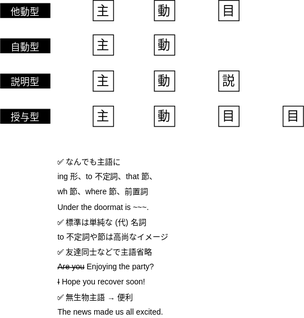
The draw.io diagram grammer/overview.drawio.svg in namtoki/English, before a commit. Source tidied: cells renumbered, new cells last; positions are measured from the earlier drawing's top-left corner, leaving out a move shared by most shapes. Its diagram source:
```xml
<mxGraphModel>
  <root>
    <mxCell id="0" />
    <mxCell id="1" parent="0" />
    <mxCell id="2" value="主" style="whiteSpace=wrap;html=1;fontSize=16;" parent="1" vertex="1">
      <mxGeometry x="118" width="26" height="26" as="geometry" />
    </mxCell>
    <mxCell id="3" value="動" style="whiteSpace=wrap;html=1;fontSize=16;" parent="1" vertex="1">
      <mxGeometry x="196" width="26" height="26" as="geometry" />
    </mxCell>
    <mxCell id="4" value="説" style="whiteSpace=wrap;html=1;fontSize=16;" parent="1" vertex="1">
      <mxGeometry x="278" y="90" width="26" height="26" as="geometry" />
    </mxCell>
    <mxCell id="5" value="目" style="whiteSpace=wrap;html=1;fontSize=16;" parent="1" vertex="1">
      <mxGeometry x="278" width="26" height="26" as="geometry" />
    </mxCell>
    <mxCell id="6" value="目" style="whiteSpace=wrap;html=1;fontSize=16;" parent="1" vertex="1">
      <mxGeometry x="360" y="135" width="26" height="26" as="geometry" />
    </mxCell>
    <mxCell id="7" value="&lt;font style=&quot;font-size: 12px;&quot;&gt;他動型&lt;/font&gt;" style="rounded=0;whiteSpace=wrap;html=1;fontSize=16;verticalAlign=middle;fillColor=#000000;fontColor=#FFFFFF;" parent="1" vertex="1">
      <mxGeometry y="4" width="63" height="18" as="geometry" />
    </mxCell>
    <mxCell id="8" value="&lt;font style=&quot;font-size: 12px;&quot;&gt;自動型&lt;/font&gt;" style="rounded=0;whiteSpace=wrap;html=1;fontSize=16;verticalAlign=middle;fillColor=#000000;fontColor=#FFFFFF;" parent="1" vertex="1">
      <mxGeometry y="49" width="63" height="18" as="geometry" />
    </mxCell>
    <mxCell id="9" value="&lt;font style=&quot;font-size: 12px;&quot;&gt;説明型&lt;/font&gt;" style="rounded=0;whiteSpace=wrap;html=1;fontSize=16;verticalAlign=middle;fillColor=#000000;fontColor=#FFFFFF;" parent="1" vertex="1">
      <mxGeometry y="94" width="63" height="18" as="geometry" />
    </mxCell>
    <mxCell id="10" value="&lt;font style=&quot;font-size: 12px;&quot;&gt;授与型&lt;/font&gt;" style="rounded=0;whiteSpace=wrap;html=1;fontSize=16;verticalAlign=middle;fillColor=#000000;fontColor=#FFFFFF;" parent="1" vertex="1">
      <mxGeometry y="139" width="63" height="18" as="geometry" />
    </mxCell>
    <mxCell id="11" value="主" style="whiteSpace=wrap;html=1;fontSize=16;" parent="1" vertex="1">
      <mxGeometry x="118" y="44" width="26" height="26" as="geometry" />
    </mxCell>
    <mxCell id="12" value="動" style="whiteSpace=wrap;html=1;fontSize=16;" parent="1" vertex="1">
      <mxGeometry x="196" y="44" width="26" height="26" as="geometry" />
    </mxCell>
    <mxCell id="13" value="主" style="whiteSpace=wrap;html=1;fontSize=16;" parent="1" vertex="1">
      <mxGeometry x="118" y="90" width="26" height="26" as="geometry" />
    </mxCell>
    <mxCell id="14" value="動" style="whiteSpace=wrap;html=1;fontSize=16;" parent="1" vertex="1">
      <mxGeometry x="196" y="90" width="26" height="26" as="geometry" />
    </mxCell>
    <mxCell id="15" value="主" style="whiteSpace=wrap;html=1;fontSize=16;" parent="1" vertex="1">
      <mxGeometry x="118" y="135" width="26" height="26" as="geometry" />
    </mxCell>
    <mxCell id="16" value="動" style="whiteSpace=wrap;html=1;fontSize=16;" parent="1" vertex="1">
      <mxGeometry x="196" y="135" width="26" height="26" as="geometry" />
    </mxCell>
    <mxCell id="17" value="目" style="whiteSpace=wrap;html=1;fontSize=16;" parent="1" vertex="1">
      <mxGeometry x="278" y="135" width="26" height="26" as="geometry" />
    </mxCell>
    <mxCell id="18" value="&lt;font style=&quot;font-size: 10px;&quot;&gt;✅ なんでも主語に&lt;br&gt;ing 形、to 不定詞、that 節、&lt;br&gt;wh 節、where 節、前置詞&lt;br&gt;Under the doormat is ~~~.&lt;br&gt;✅ 標準は単純な (代) 名詞&lt;br&gt;to 不定詞や節は高尚なイメージ&lt;br&gt;✅ 友達同士などで主語省略&lt;br&gt;&lt;strike&gt;Are you&lt;/strike&gt; Enjoying the party?&lt;br&gt;&lt;strike&gt;I&lt;/strike&gt; Hope you recover soon!&lt;br&gt;✅ 無生物主語 → 便利&lt;br&gt;The news made us all excited.&lt;br&gt;&lt;/font&gt;" style="text;html=1;strokeColor=none;fillColor=none;align=left;verticalAlign=middle;whiteSpace=wrap;rounded=0;fontSize=16;" parent="1" vertex="1">
      <mxGeometry x="71" y="194" width="157" height="211" as="geometry" />
    </mxCell>
  </root>
</mxGraphModel>
```
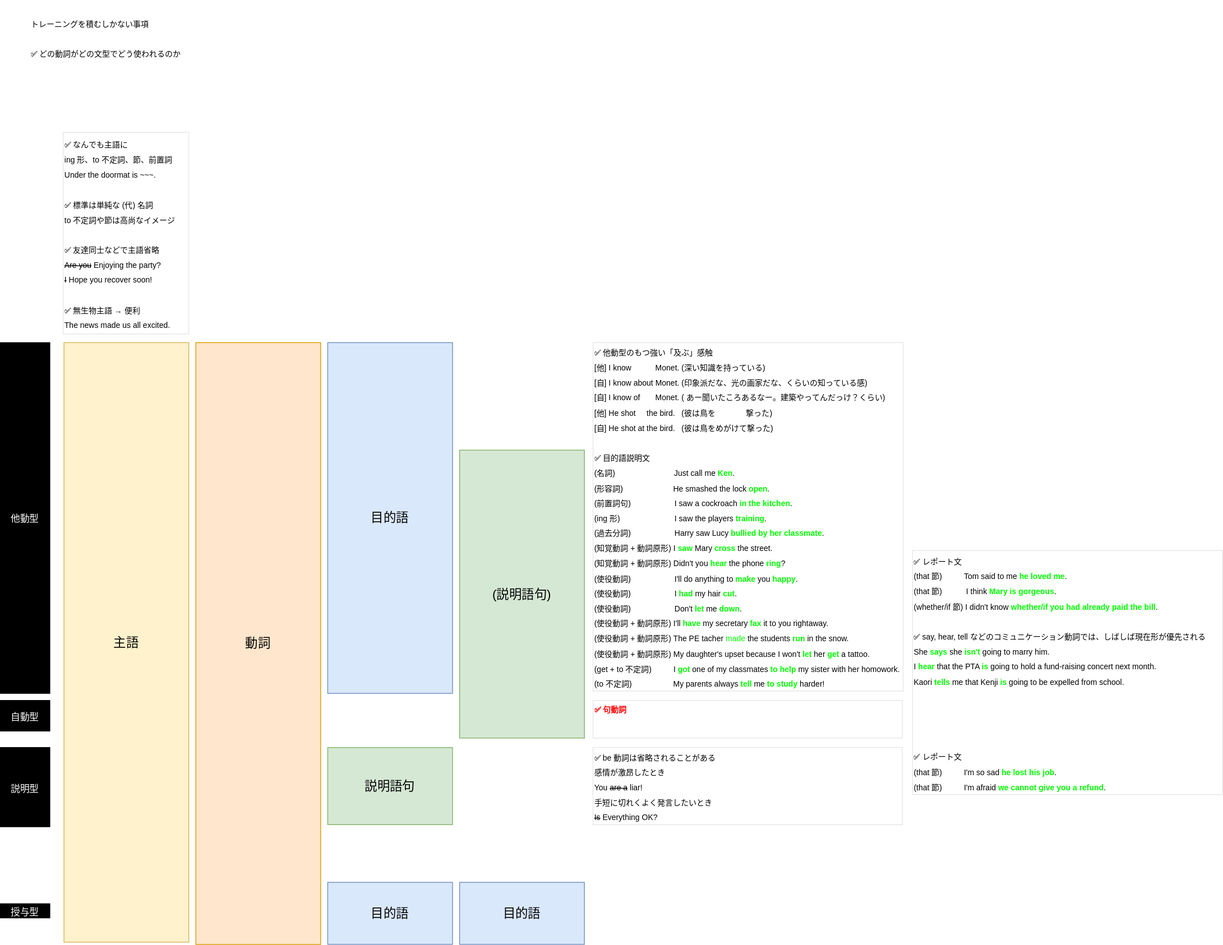
Later version of the same file.

Change to the diagram source:
```diff
@@ -2,56 +2,56 @@
   <root>
     <mxCell id="0" />
     <mxCell id="1" parent="0" />
-    <mxCell id="2" value="主" style="whiteSpace=wrap;html=1;fontSize=16;" parent="1" vertex="1">
-      <mxGeometry x="118" width="26" height="26" as="geometry" />
-    </mxCell>
-    <mxCell id="3" value="動" style="whiteSpace=wrap;html=1;fontSize=16;" parent="1" vertex="1">
-      <mxGeometry x="196" width="26" height="26" as="geometry" />
-    </mxCell>
-    <mxCell id="4" value="説" style="whiteSpace=wrap;html=1;fontSize=16;" parent="1" vertex="1">
-      <mxGeometry x="278" y="90" width="26" height="26" as="geometry" />
-    </mxCell>
-    <mxCell id="5" value="目" style="whiteSpace=wrap;html=1;fontSize=16;" parent="1" vertex="1">
-      <mxGeometry x="278" width="26" height="26" as="geometry" />
-    </mxCell>
-    <mxCell id="6" value="目" style="whiteSpace=wrap;html=1;fontSize=16;" parent="1" vertex="1">
-      <mxGeometry x="360" y="135" width="26" height="26" as="geometry" />
-    </mxCell>
     <mxCell id="7" value="&lt;font style=&quot;font-size: 12px;&quot;&gt;他動型&lt;/font&gt;" style="rounded=0;whiteSpace=wrap;html=1;fontSize=16;verticalAlign=middle;fillColor=#000000;fontColor=#FFFFFF;" parent="1" vertex="1">
-      <mxGeometry y="4" width="63" height="18" as="geometry" />
+      <mxGeometry y="-52" width="63" height="447" as="geometry" />
     </mxCell>
     <mxCell id="8" value="&lt;font style=&quot;font-size: 12px;&quot;&gt;自動型&lt;/font&gt;" style="rounded=0;whiteSpace=wrap;html=1;fontSize=16;verticalAlign=middle;fillColor=#000000;fontColor=#FFFFFF;" parent="1" vertex="1">
-      <mxGeometry y="49" width="63" height="18" as="geometry" />
+      <mxGeometry y="404" width="63" height="39" as="geometry" />
     </mxCell>
     <mxCell id="9" value="&lt;font style=&quot;font-size: 12px;&quot;&gt;説明型&lt;/font&gt;" style="rounded=0;whiteSpace=wrap;html=1;fontSize=16;verticalAlign=middle;fillColor=#000000;fontColor=#FFFFFF;" parent="1" vertex="1">
-      <mxGeometry y="94" width="63" height="18" as="geometry" />
+      <mxGeometry y="464" width="63" height="101" as="geometry" />
     </mxCell>
     <mxCell id="10" value="&lt;font style=&quot;font-size: 12px;&quot;&gt;授与型&lt;/font&gt;" style="rounded=0;whiteSpace=wrap;html=1;fontSize=16;verticalAlign=middle;fillColor=#000000;fontColor=#FFFFFF;" parent="1" vertex="1">
-      <mxGeometry y="139" width="63" height="18" as="geometry" />
+      <mxGeometry y="663.2" width="63" height="18" as="geometry" />
     </mxCell>
-    <mxCell id="11" value="主" style="whiteSpace=wrap;html=1;fontSize=16;" parent="1" vertex="1">
-      <mxGeometry x="118" y="44" width="26" height="26" as="geometry" />
-    </mxCell>
-    <mxCell id="12" value="動" style="whiteSpace=wrap;html=1;fontSize=16;" parent="1" vertex="1">
-      <mxGeometry x="196" y="44" width="26" height="26" as="geometry" />
-    </mxCell>
-    <mxCell id="13" value="主" style="whiteSpace=wrap;html=1;fontSize=16;" parent="1" vertex="1">
-      <mxGeometry x="118" y="90" width="26" height="26" as="geometry" />
-    </mxCell>
-    <mxCell id="14" value="動" style="whiteSpace=wrap;html=1;fontSize=16;" parent="1" vertex="1">
-      <mxGeometry x="196" y="90" width="26" height="26" as="geometry" />
-    </mxCell>
-    <mxCell id="15" value="主" style="whiteSpace=wrap;html=1;fontSize=16;" parent="1" vertex="1">
-      <mxGeometry x="118" y="135" width="26" height="26" as="geometry" />
-    </mxCell>
-    <mxCell id="16" value="動" style="whiteSpace=wrap;html=1;fontSize=16;" parent="1" vertex="1">
-      <mxGeometry x="196" y="135" width="26" height="26" as="geometry" />
-    </mxCell>
-    <mxCell id="17" value="目" style="whiteSpace=wrap;html=1;fontSize=16;" parent="1" vertex="1">
-      <mxGeometry x="278" y="135" width="26" height="26" as="geometry" />
-    </mxCell>
-    <mxCell id="18" value="&lt;font style=&quot;font-size: 10px;&quot;&gt;✅ なんでも主語に&lt;br&gt;ing 形、to 不定詞、that 節、&lt;br&gt;wh 節、where 節、前置詞&lt;br&gt;Under the doormat is ~~~.&lt;br&gt;✅ 標準は単純な (代) 名詞&lt;br&gt;to 不定詞や節は高尚なイメージ&lt;br&gt;✅ 友達同士などで主語省略&lt;br&gt;&lt;strike&gt;Are you&lt;/strike&gt; Enjoying the party?&lt;br&gt;&lt;strike&gt;I&lt;/strike&gt; Hope you recover soon!&lt;br&gt;✅ 無生物主語 → 便利&lt;br&gt;The news made us all excited.&lt;br&gt;&lt;/font&gt;" style="text;html=1;strokeColor=none;fillColor=none;align=left;verticalAlign=middle;whiteSpace=wrap;rounded=0;fontSize=16;" parent="1" vertex="1">
-      <mxGeometry x="71" y="194" width="157" height="211" as="geometry" />
+    <mxCell id="18" value="&lt;font style=&quot;font-size: 10px;&quot;&gt;✅ なんでも主語に&lt;br&gt;ing 形、to 不定詞、節、前置詞&lt;br&gt;Under the doormat is ~~~.&lt;br&gt;&lt;br&gt;✅ 標準は単純な (代) 名詞&lt;br&gt;to 不定詞や節は高尚なイメージ&lt;br&gt;&lt;br&gt;✅ 友達同士などで主語省略&lt;br&gt;&lt;strike&gt;Are you&lt;/strike&gt; Enjoying the party?&lt;br&gt;&lt;strike&gt;I&lt;/strike&gt; Hope you recover soon!&lt;br&gt;&lt;br&gt;✅ 無生物主語 → 便利&lt;br&gt;The news made us all excited.&lt;br&gt;&lt;/font&gt;" style="text;html=1;strokeColor=#E6E6E6;fillColor=none;align=left;verticalAlign=middle;whiteSpace=wrap;rounded=0;fontSize=16;" parent="1" vertex="1">
+      <mxGeometry x="80" y="-320" width="160" height="257" as="geometry" />
     </mxCell>
+    <mxCell id="19" value="主語" style="rounded=0;whiteSpace=wrap;html=1;fontSize=16;fillColor=#fff2cc;strokeColor=#d6b656;" parent="1" vertex="1">
+      <mxGeometry x="81" y="-52" width="159" height="764" as="geometry" />
+    </mxCell>
+    <mxCell id="20" value="✅ 句動詞&#10;" style="text;whiteSpace=wrap;fontSize=10;fontColor=#FF0000;fontStyle=1;strokeColor=#E6E6E6;" parent="1" vertex="1">
+      <mxGeometry x="755" y="404" width="394" height="48" as="geometry" />
+    </mxCell>
+    <mxCell id="21" value="&lt;font style=&quot;font-size: 10px;&quot;&gt;✅ be 動詞は省略されることがある&lt;br style=&quot;border-color: var(--border-color); padding: 0px; margin: 0px;&quot;&gt;感情が激昂したとき&lt;br style=&quot;border-color: var(--border-color); padding: 0px; margin: 0px;&quot;&gt;You &lt;strike&gt;are a&lt;/strike&gt; liar!&lt;br style=&quot;border-color: var(--border-color); padding: 0px; margin: 0px;&quot;&gt;手短に切れくよく発言したいとき&lt;br style=&quot;border-color: var(--border-color); padding: 0px; margin: 0px;&quot;&gt;&lt;strike&gt;Is&lt;/strike&gt; Everything OK?&lt;br&gt;&lt;/font&gt;" style="text;html=1;strokeColor=#E6E6E6;fillColor=none;align=left;verticalAlign=middle;whiteSpace=wrap;rounded=0;fontSize=16;" parent="1" vertex="1">
+      <mxGeometry x="755" y="464" width="394" height="98.3" as="geometry" />
+    </mxCell>
+    <mxCell id="22" value="&lt;font style=&quot;font-size: 10px;&quot;&gt;トレーニングを積むしかない事項&lt;br&gt;&lt;br&gt;✅ どの動詞がどの文型でどう使われるのか&lt;br&gt;&lt;/font&gt;" style="text;html=1;strokeColor=none;fillColor=none;align=left;verticalAlign=middle;whiteSpace=wrap;rounded=0;fontSize=16;" parent="1" vertex="1">
+      <mxGeometry x="37" y="-488" width="277" height="93" as="geometry" />
+    </mxCell>
+    <mxCell id="23" value="動詞" style="rounded=0;whiteSpace=wrap;html=1;fontSize=16;fillColor=#ffe6cc;strokeColor=#d79b00;" parent="1" vertex="1">
+      <mxGeometry x="249" y="-52" width="159" height="767" as="geometry" />
+    </mxCell>
+    <mxCell id="24" value="目的語" style="rounded=0;whiteSpace=wrap;html=1;fontSize=16;fillColor=#dae8fc;strokeColor=#6c8ebf;" parent="1" vertex="1">
+      <mxGeometry x="417" y="-52" width="159" height="447" as="geometry" />
+    </mxCell>
+    <mxCell id="25" value="説明語句" style="rounded=0;whiteSpace=wrap;html=1;fontSize=16;fillColor=#d5e8d4;strokeColor=#82b366;" parent="1" vertex="1">
+      <mxGeometry x="417" y="464" width="159" height="98.3" as="geometry" />
+    </mxCell>
+    <mxCell id="26" value="目的語" style="rounded=0;whiteSpace=wrap;html=1;fontSize=16;fillColor=#dae8fc;strokeColor=#6c8ebf;" parent="1" vertex="1">
+      <mxGeometry x="417" y="635.9" width="159" height="79" as="geometry" />
+    </mxCell>
+    <mxCell id="27" value="目的語" style="rounded=0;whiteSpace=wrap;html=1;fontSize=16;fillColor=#dae8fc;strokeColor=#6c8ebf;" parent="1" vertex="1">
+      <mxGeometry x="585" y="635.9" width="159" height="79" as="geometry" />
+    </mxCell>
+    <mxCell id="28" value="(説明語句)" style="rounded=0;whiteSpace=wrap;html=1;fontSize=16;fillColor=#d5e8d4;strokeColor=#82b366;" parent="1" vertex="1">
+      <mxGeometry x="585" y="85" width="159" height="367" as="geometry" />
+    </mxCell>
+    <mxCell id="29" value="&lt;font style=&quot;font-size: 10px;&quot;&gt;✅ 他動型のもつ強い「及ぶ」感触&lt;br style=&quot;border-color: var(--border-color); padding: 0px; margin: 0px;&quot;&gt;[他] I know&amp;nbsp; &amp;nbsp; &amp;nbsp; &amp;nbsp; &amp;nbsp; &amp;nbsp;Monet. (深い知識を持っている)&lt;br style=&quot;border-color: var(--border-color); padding: 0px; margin: 0px;&quot;&gt;[自] I know about Monet. (印象派だな、光の画家だな、くらいの知っている感)&lt;br style=&quot;border-color: var(--border-color); padding: 0px; margin: 0px;&quot;&gt;[自] I know of&amp;nbsp; &amp;nbsp; &amp;nbsp; &amp;nbsp;Monet. ( あー聞いたころあるなー。建築やってんだっけ？くらい)&lt;br style=&quot;border-color: var(--border-color); padding: 0px; margin: 0px;&quot;&gt;[他] He shot&amp;nbsp; &amp;nbsp; &amp;nbsp;the bird.&amp;nbsp; &amp;nbsp;(彼は鳥を&amp;nbsp; &amp;nbsp; &amp;nbsp; &amp;nbsp; &amp;nbsp; &amp;nbsp; &amp;nbsp; 撃った)&lt;br style=&quot;border-color: var(--border-color); padding: 0px; margin: 0px;&quot;&gt;[自] He shot at the bird.&amp;nbsp; &amp;nbsp;(彼は鳥をめがけて撃った)&lt;br style=&quot;border-color: var(--border-color); padding: 0px; margin: 0px;&quot;&gt;&lt;br style=&quot;border-color: var(--border-color); padding: 0px; margin: 0px;&quot;&gt;✅ 目的語説明文&lt;br style=&quot;border-color: var(--border-color); padding: 0px; margin: 0px;&quot;&gt;(名詞)&amp;nbsp; &amp;nbsp; &amp;nbsp; &amp;nbsp; &amp;nbsp; &amp;nbsp; &amp;nbsp; &amp;nbsp; &amp;nbsp; &amp;nbsp; &amp;nbsp; &amp;nbsp; &amp;nbsp; &amp;nbsp;Just call me &lt;b&gt;&lt;font color=&quot;#00ff00&quot;&gt;Ken&lt;/font&gt;&lt;/b&gt;.&lt;br style=&quot;border-color: var(--border-color); padding: 0px; margin: 0px;&quot;&gt;(形容詞)&amp;nbsp; &amp;nbsp; &amp;nbsp; &amp;nbsp; &amp;nbsp; &amp;nbsp; &amp;nbsp; &amp;nbsp; &amp;nbsp; &amp;nbsp; &amp;nbsp; &amp;nbsp;He smashed the lock &lt;b&gt;&lt;font color=&quot;#00ff00&quot;&gt;open&lt;/font&gt;&lt;/b&gt;.&lt;br style=&quot;border-color: var(--border-color); padding: 0px; margin: 0px;&quot;&gt;(前置詞句)&amp;nbsp; &amp;nbsp; &amp;nbsp; &amp;nbsp; &amp;nbsp; &amp;nbsp; &amp;nbsp; &amp;nbsp; &amp;nbsp; &amp;nbsp; I saw a cockroach&lt;font color=&quot;#00ff00&quot;&gt; &lt;b&gt;in the kitchen&lt;/b&gt;&lt;/font&gt;.&lt;br style=&quot;border-color: var(--border-color); padding: 0px; margin: 0px;&quot;&gt;(ing 形)&amp;nbsp; &amp;nbsp; &amp;nbsp; &amp;nbsp; &amp;nbsp; &amp;nbsp; &amp;nbsp; &amp;nbsp; &amp;nbsp; &amp;nbsp; &amp;nbsp; &amp;nbsp; &amp;nbsp;I saw the players &lt;b&gt;&lt;font color=&quot;#00ff00&quot;&gt;training&lt;/font&gt;&lt;/b&gt;.&lt;br style=&quot;border-color: var(--border-color); padding: 0px; margin: 0px;&quot;&gt;(過去分詞)&amp;nbsp; &amp;nbsp; &amp;nbsp; &amp;nbsp; &amp;nbsp; &amp;nbsp; &amp;nbsp; &amp;nbsp; &amp;nbsp; &amp;nbsp; Harry saw Lucy &lt;b&gt;&lt;font color=&quot;#00ff00&quot;&gt;bullied by her classmate&lt;/font&gt;&lt;/b&gt;.&lt;br style=&quot;border-color: var(--border-color); padding: 0px; margin: 0px;&quot;&gt;(知覚動詞 + 動詞原形) I &lt;b&gt;&lt;font color=&quot;#00ff00&quot;&gt;saw &lt;/font&gt;&lt;/b&gt;Mary &lt;b&gt;&lt;font color=&quot;#00ff00&quot;&gt;cross &lt;/font&gt;&lt;/b&gt;the street.&lt;br style=&quot;border-color: var(--border-color); padding: 0px; margin: 0px;&quot;&gt;(知覚動詞 + 動詞原形) Didn't you &lt;b&gt;&lt;font color=&quot;#00ff00&quot;&gt;hear &lt;/font&gt;&lt;/b&gt;the phone &lt;b&gt;&lt;font color=&quot;#00ff00&quot;&gt;ring&lt;/font&gt;&lt;/b&gt;?&lt;br style=&quot;border-color: var(--border-color); padding: 0px; margin: 0px;&quot;&gt;(使役動詞)&amp;nbsp; &amp;nbsp; &amp;nbsp; &amp;nbsp; &amp;nbsp; &amp;nbsp; &amp;nbsp; &amp;nbsp; &amp;nbsp; &amp;nbsp; I'll do anything to &lt;b&gt;&lt;font color=&quot;#00ff00&quot;&gt;make &lt;/font&gt;&lt;/b&gt;you &lt;b&gt;&lt;font color=&quot;#00ff00&quot;&gt;happy&lt;/font&gt;&lt;/b&gt;.&lt;br style=&quot;border-color: var(--border-color); padding: 0px; margin: 0px;&quot;&gt;(使役動詞)&amp;nbsp; &amp;nbsp; &amp;nbsp; &amp;nbsp; &amp;nbsp; &amp;nbsp; &amp;nbsp; &amp;nbsp; &amp;nbsp; &amp;nbsp; I &lt;b&gt;&lt;font color=&quot;#00ff00&quot;&gt;had &lt;/font&gt;&lt;/b&gt;my hair &lt;b&gt;&lt;font color=&quot;#00ff00&quot;&gt;cut&lt;/font&gt;&lt;/b&gt;.&amp;nbsp;&lt;br&gt;(使役動詞)&amp;nbsp; &amp;nbsp; &amp;nbsp; &amp;nbsp; &amp;nbsp; &amp;nbsp; &amp;nbsp; &amp;nbsp; &amp;nbsp; &amp;nbsp; Don't &lt;b&gt;&lt;font color=&quot;#00ff00&quot;&gt;let&lt;/font&gt;&lt;/b&gt; me &lt;font color=&quot;#00ff00&quot;&gt;&lt;b&gt;down&lt;/b&gt;&lt;/font&gt;.&lt;br&gt;(使役動詞 + 動詞原形) I'll &lt;font color=&quot;#00ff00&quot;&gt;&lt;b&gt;have&lt;/b&gt;&lt;/font&gt; my secretary &lt;b&gt;&lt;font color=&quot;#00ff00&quot;&gt;fax &lt;/font&gt;&lt;/b&gt;it to you rightaway.&lt;br&gt;(使役動詞 + 動詞原形) The PE tacher &lt;font color=&quot;#00ff00&quot;&gt;made &lt;/font&gt;the students &lt;b&gt;&lt;font color=&quot;#00ff00&quot;&gt;run &lt;/font&gt;&lt;/b&gt;in the snow.&lt;br&gt;(使役動詞 + 動詞原形) My daughter's upset because I won't &lt;b&gt;&lt;font color=&quot;#00ff00&quot;&gt;let &lt;/font&gt;&lt;/b&gt;her &lt;b&gt;&lt;font color=&quot;#00ff00&quot;&gt;get &lt;/font&gt;&lt;/b&gt;a tattoo.&lt;br&gt;(get + to 不定詞)&amp;nbsp; &amp;nbsp; &amp;nbsp; &amp;nbsp; &amp;nbsp; I &lt;b&gt;&lt;font color=&quot;#00ff00&quot;&gt;got &lt;/font&gt;&lt;/b&gt;one of my classmates&lt;b&gt;&lt;font color=&quot;#00ff00&quot;&gt; to help&lt;/font&gt;&lt;/b&gt; my sister with her homowork.&lt;br&gt;(to 不定詞)&amp;nbsp; &amp;nbsp; &amp;nbsp; &amp;nbsp; &amp;nbsp; &amp;nbsp; &amp;nbsp; &amp;nbsp; &amp;nbsp; &amp;nbsp;My parents always &lt;b&gt;&lt;font color=&quot;#00ff00&quot;&gt;tell&lt;/font&gt;&lt;/b&gt; me &lt;font color=&quot;#00ff00&quot;&gt;&lt;b&gt;to study&lt;/b&gt;&lt;/font&gt; harder!&lt;br style=&quot;border-color: var(--border-color);&quot;&gt;&lt;/font&gt;" style="text;html=1;strokeColor=#E6E6E6;fillColor=none;align=left;verticalAlign=middle;whiteSpace=wrap;rounded=0;fontSize=16;" parent="1" vertex="1">
+      <mxGeometry x="755" y="-52" width="395" height="444" as="geometry" />
+    </mxCell>
+    <mxCell id="30" value="&lt;font style=&quot;font-size: 10px;&quot;&gt;✅ レポート文&lt;br&gt;(that 節)&amp;nbsp; &amp;nbsp; &amp;nbsp; &amp;nbsp; &amp;nbsp; Tom said to me &lt;b&gt;&lt;font color=&quot;#00ff00&quot;&gt;he loved me&lt;/font&gt;&lt;/b&gt;.&lt;br&gt;(that 節)&amp;nbsp; &amp;nbsp; &amp;nbsp; &amp;nbsp; &amp;nbsp; &amp;nbsp;I think &lt;b&gt;&lt;font color=&quot;#00ff00&quot;&gt;Mary is gorgeous&lt;/font&gt;&lt;/b&gt;.&lt;br&gt;(whether/if 節) I didn't know &lt;b&gt;&lt;font color=&quot;#00ff00&quot;&gt;whether/if you had already paid the bill&lt;/font&gt;&lt;/b&gt;.&lt;br&gt;&lt;br&gt;✅ say, hear, tell などのコミュニケーション動詞では、しばしば現在形が優先される&lt;br&gt;She &lt;b&gt;&lt;font color=&quot;#00ff00&quot;&gt;says &lt;/font&gt;&lt;/b&gt;she &lt;b&gt;&lt;font color=&quot;#00ff00&quot;&gt;isn't &lt;/font&gt;&lt;/b&gt;going to marry him.&lt;br&gt;I &lt;b&gt;&lt;font color=&quot;#00ff00&quot;&gt;hear&lt;/font&gt;&lt;/b&gt; that the PTA &lt;b&gt;&lt;font color=&quot;#00ff00&quot;&gt;is &lt;/font&gt;&lt;/b&gt;going to hold a fund-raising concert next month.&lt;br&gt;Kaori &lt;b&gt;&lt;font color=&quot;#00ff00&quot;&gt;tells &lt;/font&gt;&lt;/b&gt;me that Kenji &lt;b&gt;&lt;font color=&quot;#00ff00&quot;&gt;is &lt;/font&gt;&lt;/b&gt;going to be expelled from school.&lt;br&gt;&lt;br&gt;&lt;br&gt;&lt;br&gt;&lt;br style=&quot;border-color: var(--border-color);&quot;&gt;✅ レポート文&lt;br style=&quot;border-color: var(--border-color);&quot;&gt;(that 節)&amp;nbsp; &amp;nbsp; &amp;nbsp; &amp;nbsp; &amp;nbsp; I'm so sad &lt;b&gt;&lt;font color=&quot;#00ff00&quot;&gt;he lost his job&lt;/font&gt;&lt;/b&gt;.&lt;br&gt;(that 節)&amp;nbsp; &amp;nbsp; &amp;nbsp; &amp;nbsp; &amp;nbsp; I'm afraid &lt;b&gt;&lt;font color=&quot;#00ff00&quot;&gt;we cannot give you a refund&lt;/font&gt;&lt;/b&gt;.&lt;br style=&quot;border-color: var(--border-color);&quot;&gt;&lt;/font&gt;" style="text;html=1;strokeColor=#E6E6E6;fillColor=none;align=left;verticalAlign=middle;whiteSpace=wrap;rounded=0;fontSize=16;" parent="1" vertex="1">
+      <mxGeometry x="1162" y="213" width="395" height="311" as="geometry" />
+    </mxCell>
   </root>
 </mxGraphModel>
```
